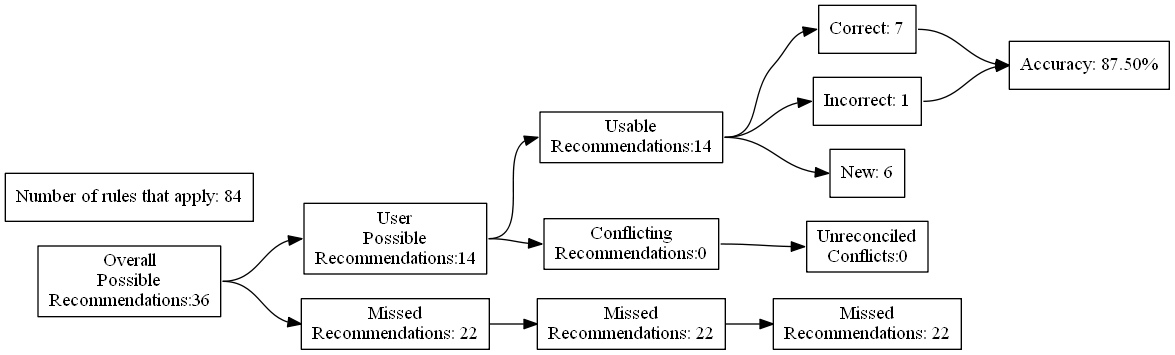
Above: test_renders/46.gv.png in ZaxR/ibd_diet_analysis (Graphviz), before the change. Its source is kept beside it as test_renders/46.gv. Source of this version:
```dot
digraph {
	graph [rankdir=LR]
	node [pos=r shape=box]
	edge [headport=w tailport=e]
		A [label="Overall
Possible
Recommendations:36"]
		B [label="User
Possible
Recommendations:14"]
		C [label="Missed
Recommendations: 22"]
		D [label="Usable
Recommendations:14"]
		E [label="Conflicting
Recommendations:0"]
		J [label="Missed
Recommendations: 22"]
		M [label="Unreconciled
Conflicts:0"]
		F [label="Correct: 7"]
		G [label="Incorrect: 1"]
		H [label="New: 6"]
		K [label="Missed
Recommendations: 22"]
		I [label="Accuracy: 87.50%"]
		l [label="Number of rules that apply: 84"]
			A -> B
			A -> C
			B -> D
			B -> E
			D -> F
			D -> G
			D -> H
			F -> I
			G -> I
			C -> J
			J -> K
			E -> M
}
```
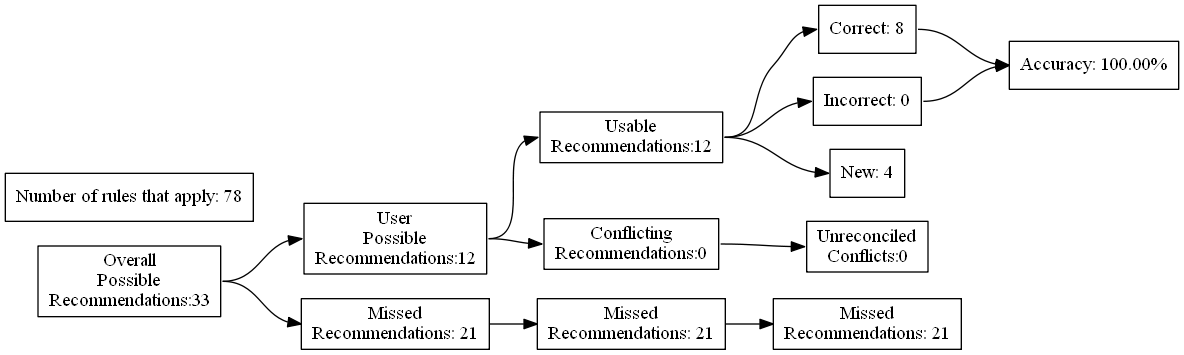
Above is the later version.

Diff of the diagram source:
```diff
@@ -4,27 +4,27 @@
 	edge [headport=w tailport=e]
 		A [label="Overall
 Possible
-Recommendations:36"]
+Recommendations:33"]
 		B [label="User
 Possible
-Recommendations:14"]
+Recommendations:12"]
 		C [label="Missed
-Recommendations: 22"]
+Recommendations: 21"]
 		D [label="Usable
-Recommendations:14"]
+Recommendations:12"]
 		E [label="Conflicting
 Recommendations:0"]
 		J [label="Missed
-Recommendations: 22"]
+Recommendations: 21"]
 		M [label="Unreconciled
 Conflicts:0"]
-		F [label="Correct: 7"]
-		G [label="Incorrect: 1"]
-		H [label="New: 6"]
+		F [label="Correct: 8"]
+		G [label="Incorrect: 0"]
+		H [label="New: 4"]
 		K [label="Missed
-Recommendations: 22"]
-		I [label="Accuracy: 87.50%"]
-		l [label="Number of rules that apply: 84"]
+Recommendations: 21"]
+		I [label="Accuracy: 100.00%"]
+		l [label="Number of rules that apply: 78"]
 			A -> B
 			A -> C
 			B -> D
```
